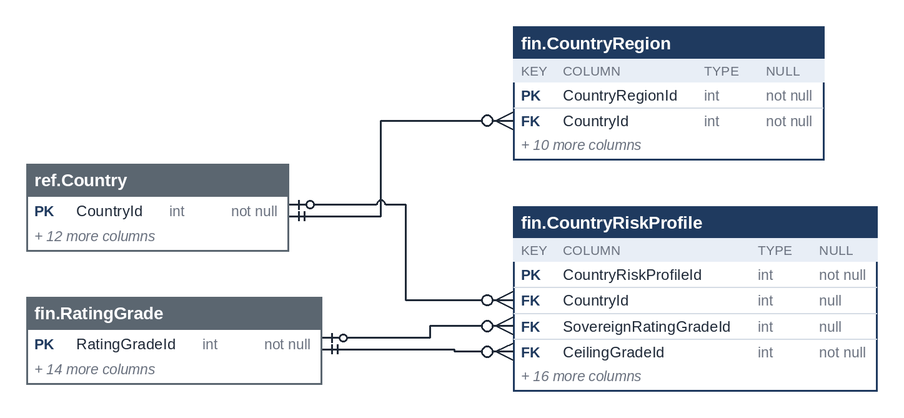
thawrasy/smartlines keeps this Mermaid diagram as treasury-platform/docs/diagrams/erd-en/m5_financials_4.png. Above is the earlier version. Its source is kept beside it as treasury-platform/docs/diagrams/erd/m5_financials_4.mmd.
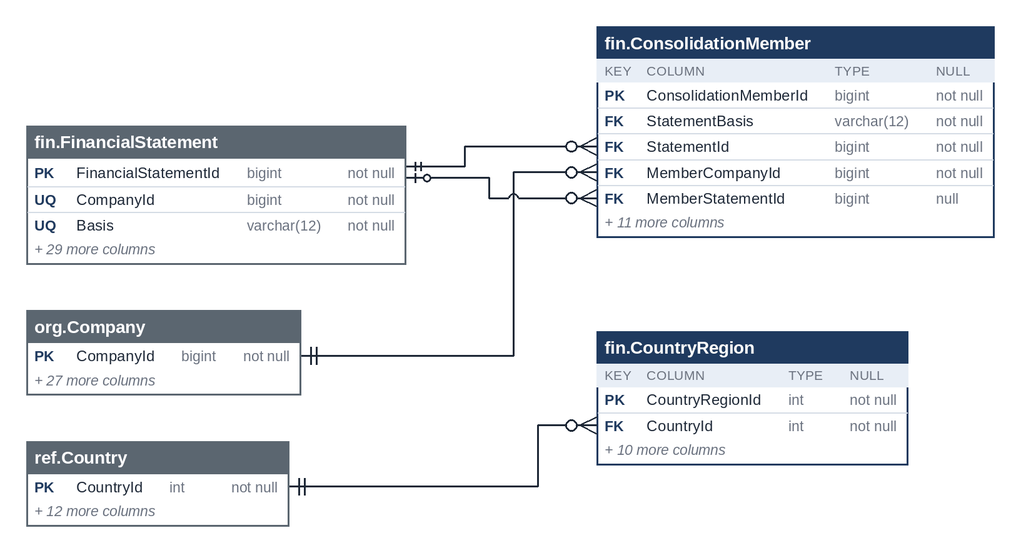
The same file after the commit.

The edit, as a diff of the source:
```diff
@@ -1,4 +1,10 @@
 erDiagram
+  fin_CreditAssessmentGuarantor["fin.CreditAssessmentGuarantor"] {
+    bigint CreditAssessmentGuarantorId PK
+    bigint AssessmentId FK
+    bigint PartyId FK
+    bigint DocumentId FK
+  }
   fin_CreditAssessmentInput["fin.CreditAssessmentInput"] {
     bigint CreditAssessmentInputId PK
     bigint AssessmentId FK
@@ -23,7 +29,3 @@
     int RemedyId FK
     int GradeId FK
   }
-  fin_CreditAssessmentReclass["fin.CreditAssessmentReclass"] {
-    bigint CreditAssessmentReclassId PK
-    bigint AssessmentId FK
-  }
```
